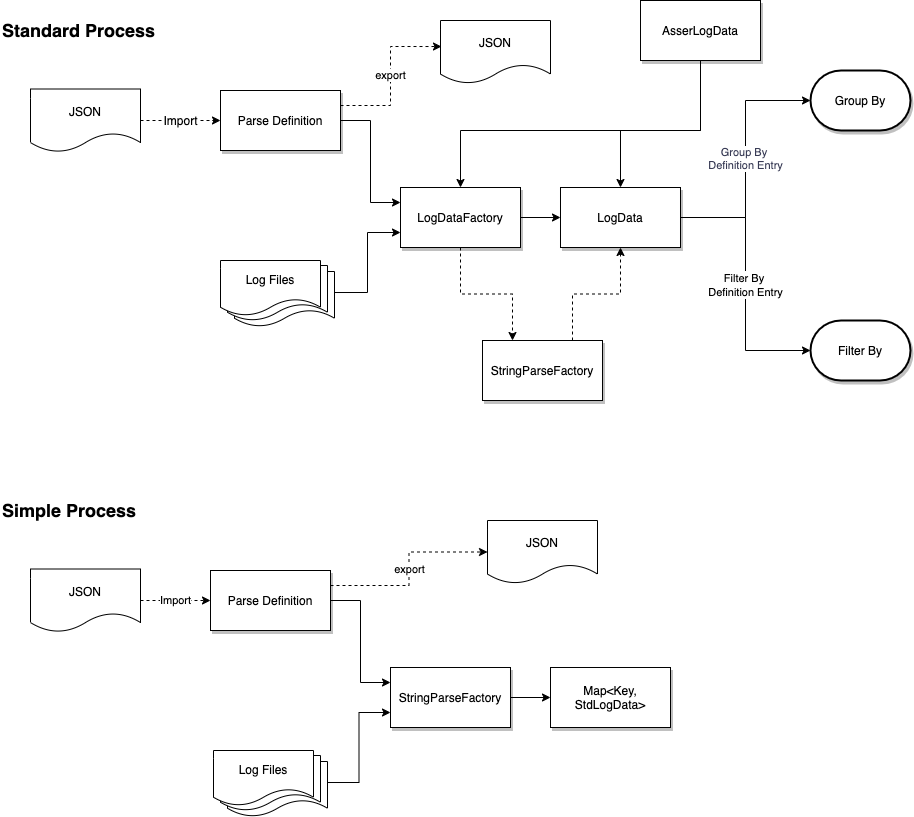
Above: diagrams/Log_Parser-Processes.png in adobe/log-parser (draw.io), before the change. Source tidied: cells renumbered, new cells last; positions are measured from the earlier drawing's top-left corner, leaving out a move shared by most shapes.
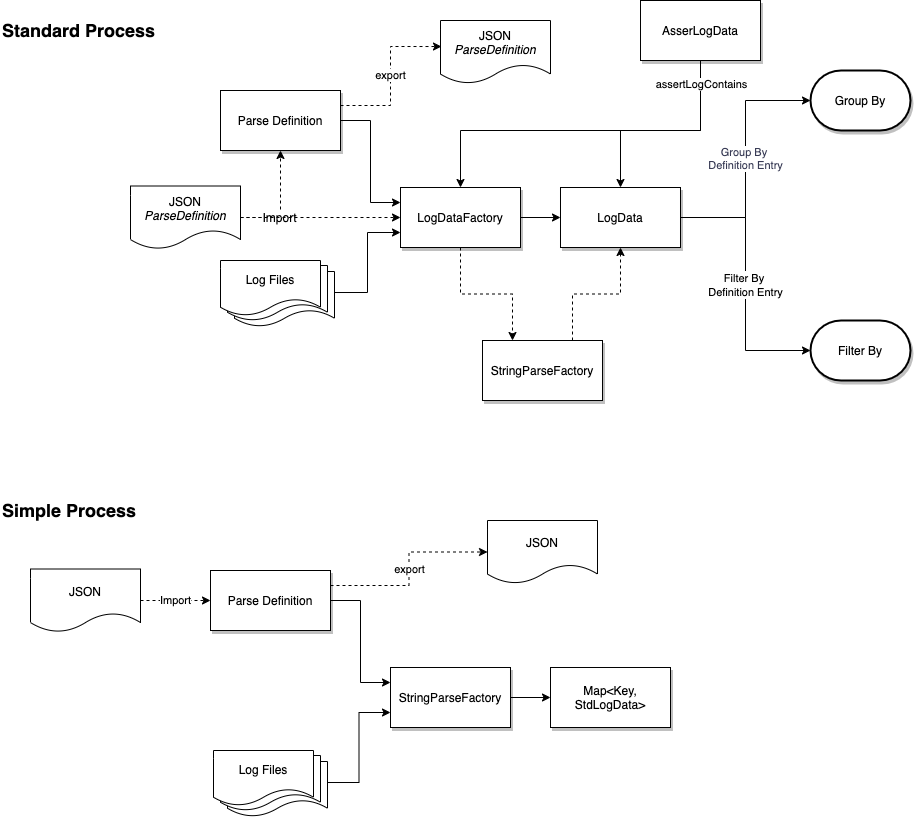
After the commit.

What changed in the source:
```diff
@@ -104,11 +104,11 @@
     <mxCell id="33" value="Log Files" style="shape=document;whiteSpace=wrap;html=1;boundedLbl=1;labelBackgroundColor=#FFFFFF;strokeColor=#000000;fillColor=#FFFFFF;fontSize=12;align=center;" parent="30" vertex="1">
       <mxGeometry width="100" height="55" as="geometry" />
     </mxCell>
-    <mxCell id="34" value="Import" style="edgeStyle=orthogonalEdgeStyle;rounded=0;jettySize=auto;html=1;exitX=1;exitY=0.5;exitDx=0;exitDy=0;entryX=0;entryY=0.5;entryDx=0;entryDy=0;labelBackgroundColor=#FFFFFF;strokeColor=#000000;fontSize=12;dashed=1;" parent="1" edge="1" source="35" target="4">
-      <mxGeometry relative="1" as="geometry" />
+    <mxCell id="34" value="Import" style="edgeStyle=orthogonalEdgeStyle;rounded=0;jettySize=auto;html=1;exitX=1;exitY=0.5;exitDx=0;exitDy=0;entryX=0.5;entryY=1;entryDx=0;entryDy=0;labelBackgroundColor=#FFFFFF;strokeColor=#000000;fontSize=12;dashed=1;" parent="1" edge="1" source="35" target="4">
+      <mxGeometry x="-0.26" relative="1" as="geometry" />
     </mxCell>
-    <mxCell id="35" value="JSON" style="shape=document;whiteSpace=wrap;html=1;boundedLbl=1;labelBackgroundColor=#FFFFFF;strokeColor=#000000;fillColor=#FFFFFF;fontSize=12;align=center;" parent="1" vertex="1">
-      <mxGeometry x="30" y="88.5" width="110" height="63" as="geometry" />
+    <mxCell id="35" value="JSON&lt;br&gt;&lt;i&gt;ParseDefinition&lt;/i&gt;" style="shape=document;whiteSpace=wrap;html=1;boundedLbl=1;labelBackgroundColor=#FFFFFF;strokeColor=#000000;fillColor=#FFFFFF;fontSize=12;align=center;" parent="1" vertex="1">
+      <mxGeometry x="130" y="185.5" width="110" height="63" as="geometry" />
     </mxCell>
     <mxCell id="36" value="Import" style="edgeStyle=orthogonalEdgeStyle;rounded=0;jettySize=auto;html=1;exitX=1;exitY=0.5;exitDx=0;exitDy=0;entryX=0;entryY=0.5;entryDx=0;entryDy=0;labelBackgroundColor=#FFFFFF;strokeColor=#000000;fontSize=11;dashed=1;" parent="1" edge="1" source="37" target="15">
       <mxGeometry relative="1" as="geometry" />
@@ -122,7 +122,7 @@
     <mxCell id="39" value="JSON" style="shape=document;whiteSpace=wrap;html=1;boundedLbl=1;labelBackgroundColor=#FFFFFF;strokeColor=#000000;fillColor=#FFFFFF;fontSize=12;align=center;" parent="1" vertex="1">
       <mxGeometry x="487" y="520" width="110" height="63" as="geometry" />
     </mxCell>
-    <mxCell id="40" value="JSON" style="shape=document;whiteSpace=wrap;html=1;boundedLbl=1;labelBackgroundColor=#FFFFFF;strokeColor=#000000;fillColor=#FFFFFF;fontSize=12;align=center;" parent="1" vertex="1">
+    <mxCell id="40" value="JSON&lt;br&gt;&lt;i&gt;ParseDefinition&lt;/i&gt;" style="shape=document;whiteSpace=wrap;html=1;boundedLbl=1;labelBackgroundColor=#FFFFFF;strokeColor=#000000;fillColor=#FFFFFF;fontSize=12;align=center;" parent="1" vertex="1">
       <mxGeometry x="440" y="20" width="110" height="63" as="geometry" />
     </mxCell>
     <mxCell id="41" style="edgeStyle=orthogonalEdgeStyle;rounded=0;jettySize=auto;html=1;entryX=0.5;entryY=0;entryDx=0;entryDy=0;" parent="1" edge="1" source="43" target="6">
@@ -141,8 +141,16 @@
         </Array>
       </mxGeometry>
     </mxCell>
+    <mxCell id="44" value="assertLogContains" style="edgeLabel;html=1;align=center;verticalAlign=middle;" parent="42" vertex="1">
+      <mxGeometry x="-0.66" y="1" relative="1" as="geometry">
+        <mxPoint x="-1" y="-12" as="offset" />
+      </mxGeometry>
+    </mxCell>
     <mxCell id="43" value="AsserLogData" style="rounded=0;whiteSpace=wrap;html=1;shadow=1;labelBackgroundColor=#FFFFFF;" parent="1" vertex="1">
       <mxGeometry x="640" width="120" height="60" as="geometry" />
     </mxCell>
+    <mxCell id="45" style="edgeStyle=orthogonalEdgeStyle;rounded=0;jettySize=auto;html=1;exitX=1;exitY=0.5;exitDx=0;exitDy=0;entryX=0;entryY=0.5;entryDx=0;entryDy=0;labelBackgroundColor=#FFFFFF;strokeColor=#000000;fontSize=12;dashed=1;" parent="1" edge="1" source="35" target="6">
+      <mxGeometry relative="1" as="geometry" />
+    </mxCell>
   </root>
 </mxGraphModel>
```
